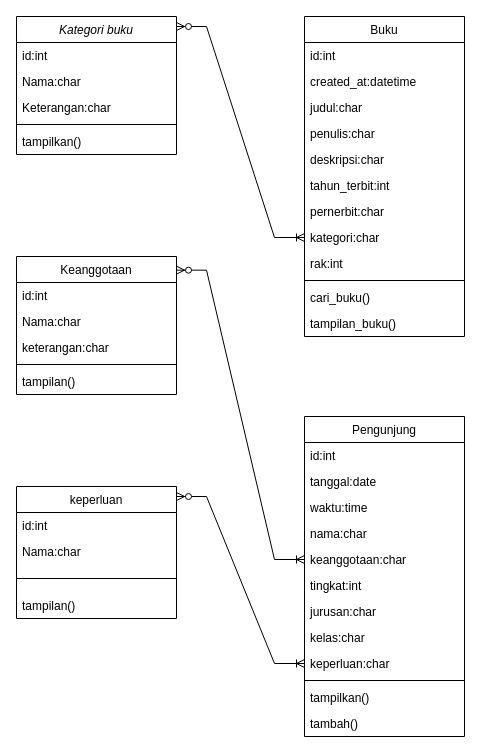
This is class-diagram-perpus-digital.drawio from Piaripiani01/alur-perpus-digital, a draw.io file, before an edit. Source tidied: cells renumbered, new cells numbered last; positions are measured from the earlier drawing's top-left corner, leaving out a move shared by most shapes. Both pictures are drawn from the tidied source at 100%, with x=0, y=0 at pixel (16, 16).
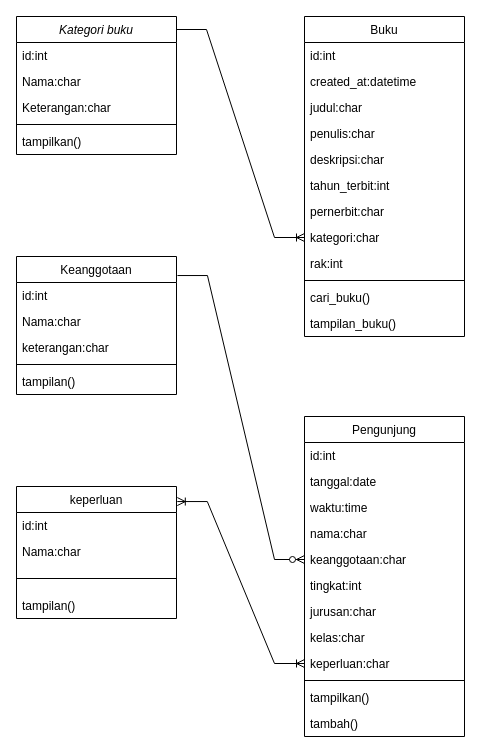
After the change.

Unchanged cells that the change refers to:
```xml
<mxCell id="8" value="Keanggotaan" style="swimlane;fontStyle=0;align=center;verticalAlign=top;horizontal=1;startSize=26;rounded=0;shadow=0;strokeWidth=1;" parent="1" vertex="1">
  <mxGeometry y="240" width="160" height="138" as="geometry" />
</mxCell>
<mxCell id="14" value="keperluan" style="swimlane;fontStyle=0;align=center;verticalAlign=top;horizontal=1;startSize=26;rounded=0;shadow=0;strokeWidth=1;" parent="1" vertex="1">
  <mxGeometry y="470" width="160" height="132" as="geometry" />
</mxCell>
<mxCell id="27" value="kategori:char" style="text;align=left;verticalAlign=top;spacingLeft=4;spacingRight=4;overflow=hidden;points=[[0,0.5],[1,0.5]];portConstraint=eastwest;rounded=0;shadow=0;html=0;" parent="19" vertex="1">
  <mxGeometry y="208" width="160" height="26" as="geometry" />
</mxCell>
<mxCell id="37" value="keanggotaan:char" style="text;align=left;verticalAlign=top;spacingLeft=4;spacingRight=4;overflow=hidden;points=[[0,0.5],[1,0.5]];portConstraint=eastwest;rounded=0;shadow=0;html=0;" parent="32" vertex="1">
  <mxGeometry y="130" width="160" height="26" as="geometry" />
</mxCell>
<mxCell id="41" value="keperluan:char" style="text;align=left;verticalAlign=top;spacingLeft=4;spacingRight=4;overflow=hidden;points=[[0,0.5],[1,0.5]];portConstraint=eastwest;rounded=0;shadow=0;html=0;" parent="32" vertex="1">
  <mxGeometry y="234" width="160" height="26" as="geometry" />
</mxCell>
```

The edit, as a diff of the source:
```diff
@@
-    <mxCell id="45" style="edgeStyle=entityRelationEdgeStyle;fontSize=12;html=1;endArrow=ERoneToMany;startArrow=ERzeroToMany;rounded=0;entryX=0;entryY=0.5;entryDx=0;entryDy=0;" parent="1" edge="1" target="41">
-      <mxGeometry relative="1" as="geometry">
-        <mxPoint x="160" y="480" as="sourcePoint" />
-        <Array as="points">
-          <mxPoint x="280" y="650" />
-          <mxPoint x="288" y="650" />
-          <mxPoint x="290" y="650" />
-        </Array>
-      </mxGeometry>
-    </mxCell>
-    <mxCell id="46" style="edgeStyle=entityRelationEdgeStyle;fontSize=12;html=1;endArrow=ERoneToMany;startArrow=ERzeroToMany;rounded=0;entryX=0;entryY=0.5;entryDx=0;entryDy=0;exitX=1;exitY=0.099;exitDx=0;exitDy=0;exitPerimeter=0;" parent="1" edge="1" source="8" target="37">
-      <mxGeometry relative="1" as="geometry">
-        <Array as="points">
-          <mxPoint x="290" y="403" />
-          <mxPoint x="298" y="403" />
-          <mxPoint x="300" y="403" />
-        </Array>
-      </mxGeometry>
+    <mxCell id="46" style="edgeStyle=entityRelationEdgeStyle;fontSize=12;html=1;endArrow=ERzeroToMany;endFill=1;rounded=0;entryX=0;entryY=0.5;entryDx=0;entryDy=0;exitX=1.006;exitY=0.138;exitDx=0;exitDy=0;exitPerimeter=0;" parent="1" edge="1" source="8" target="37">
+      <mxGeometry relative="1" as="geometry" />
     </mxCell>
-    <mxCell id="47" style="edgeStyle=entityRelationEdgeStyle;fontSize=12;html=1;endArrow=ERoneToMany;startArrow=ERzeroToMany;rounded=0;entryX=0;entryY=0.5;entryDx=0;entryDy=0;" parent="1" edge="1" target="27">
-      <mxGeometry relative="1" as="geometry">
-        <mxPoint x="160" y="10" as="sourcePoint" />
-        <Array as="points">
-          <mxPoint x="290" y="170" />
-          <mxPoint x="298" y="170" />
-          <mxPoint x="300" y="170" />
-        </Array>
-      </mxGeometry>
-    </mxCell>
+    <mxCell id="48" style="edgeStyle=entityRelationEdgeStyle;fontSize=12;html=1;endArrow=ERoneToMany;rounded=0;entryX=0;entryY=0.5;entryDx=0;entryDy=0;" parent="1" edge="1" target="27">
+      <mxGeometry relative="1" as="geometry">
+        <mxPoint x="160" y="13" as="sourcePoint" />
+      </mxGeometry>
+    </mxCell>
+    <mxCell id="49" style="edgeStyle=entityRelationEdgeStyle;fontSize=12;html=1;endArrow=ERoneToMany;startArrow=ERoneToMany;rounded=0;exitX=1.005;exitY=0.114;exitDx=0;exitDy=0;exitPerimeter=0;entryX=0;entryY=0.5;entryDx=0;entryDy=0;" parent="1" edge="1" source="14" target="41">
+      <mxGeometry relative="1" as="geometry" />
+    </mxCell>
```
